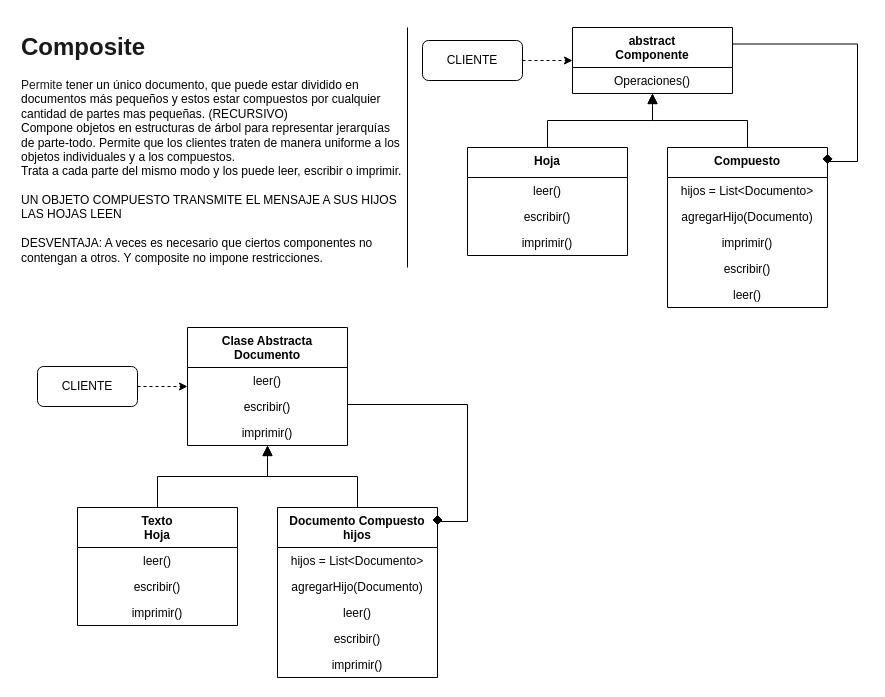
The draw.io diagram page "6 Composite" (4 of 5) of Patrones de Disenio.drawio in veroyols/I3007_patrones_de_disenio, before the edit. Source tidied: cells renumbered, new cells numbered last; positions are measured from the earlier drawing's top-left corner, leaving out a move shared by most shapes. Both pictures are drawn from the tidied source at 100%, with x=0, y=0 at pixel (17, 27).
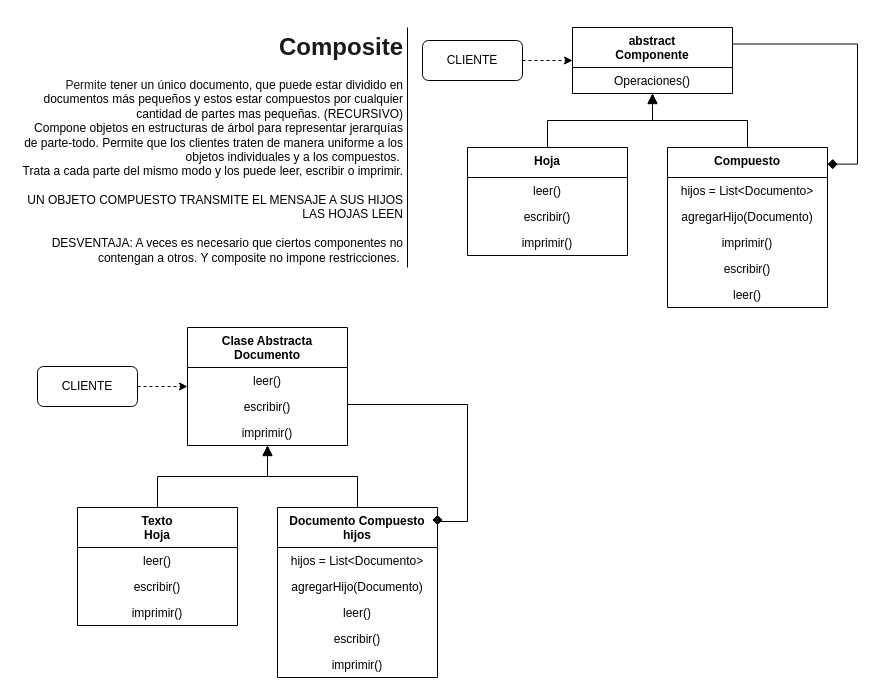
The same diagram, later.

The change refers to these unchanged cells:
```xml
<mxCell id="2" value="abstract&#10;Componente" style="swimlane;fontStyle=1;align=center;verticalAlign=top;horizontal=1;startSize=40;" parent="1" vertex="1">
  <mxGeometry x="555" width="160" height="66" as="geometry" />
</mxCell>
<mxCell id="7" value="Compuesto" style="swimlane;fontStyle=1;align=center;verticalAlign=top;horizontal=1;startSize=30;" parent="1" vertex="1">
  <mxGeometry x="650" y="120" width="160" height="160" as="geometry" />
</mxCell>
```

The edit, as a diff of the source:
```diff
@@
-    <mxCell id="4" value="&lt;h1 style=&quot;text-align: justify&quot;&gt;&lt;font color=&quot;#1a1a1a&quot;&gt;Composite&lt;/font&gt;&lt;/h1&gt;&lt;div style=&quot;text-align: left&quot;&gt;&lt;span&gt;&lt;font color=&quot;#1a1a1a&quot;&gt;Permite&amp;nbsp;&lt;/font&gt;tener un único documento, que puede estar dividido en documentos&amp;nbsp;más pequeños y estos estar compuestos por cualquier &lt;br&gt;cantidad de partes mas pequeñas. (RECURSIVO)&lt;/span&gt;&lt;/div&gt;&lt;div style=&quot;text-align: left&quot;&gt;Compone objetos en estructuras de árbol para&amp;nbsp;representar jerarquías de parte-todo. Permite que los&amp;nbsp;clientes traten de manera uniforme a los objetos&amp;nbsp;individuales y a los compuestos.&amp;nbsp;&lt;span&gt;&lt;br&gt;&lt;/span&gt;&lt;/div&gt;&lt;div style=&quot;text-align: left&quot;&gt;Trata a cada parte del mismo modo y los puede leer, escribir o imprimir.&lt;/div&gt;&lt;div style=&quot;text-align: left&quot;&gt;&lt;br&gt;&lt;/div&gt;&lt;div style=&quot;text-align: left&quot;&gt;UN OBJETO COMPUESTO TRANSMITE EL MENSAJE A SUS HIJOS&lt;/div&gt;&lt;div style=&quot;text-align: left&quot;&gt;LAS HOJAS LEEN&lt;/div&gt;&lt;div style=&quot;text-align: left&quot;&gt;&lt;br&gt;&lt;/div&gt;&lt;div style=&quot;text-align: left&quot;&gt;DESVENTAJA: A veces es necesario que ciertos componentes no contengan a otros. Y composite no impone restricciones.&amp;nbsp;&lt;/div&gt;&lt;p&gt;&lt;/p&gt;" style="text;html=1;strokeColor=none;fillColor=none;spacing=5;spacingTop=-20;whiteSpace=wrap;overflow=hidden;rounded=0;align=center;" parent="1" vertex="1">
+    <mxCell id="4" value="&lt;h1 style=&quot;text-align: right&quot;&gt;&lt;font color=&quot;#1a1a1a&quot;&gt;Composite&lt;/font&gt;&lt;/h1&gt;&lt;div&gt;&lt;div style=&quot;text-align: right&quot;&gt;&lt;font color=&quot;#1a1a1a&quot;&gt;Permite&amp;nbsp;&lt;/font&gt;&lt;span&gt;tener un único documento, que puede estar dividido en documentos&amp;nbsp;más pequeños y estos estar compuestos por cualquier&lt;/span&gt;&lt;/div&gt;&lt;span&gt;&lt;div style=&quot;text-align: right&quot;&gt;&lt;span&gt;cantidad de partes mas pequeñas. (RECURSIVO)&lt;/span&gt;&lt;/div&gt;&lt;/span&gt;&lt;/div&gt;&lt;div style=&quot;text-align: right&quot;&gt;Compone objetos en estructuras de árbol para&amp;nbsp;representar jerarquías de parte-todo. Permite que los&amp;nbsp;clientes traten de manera uniforme a los objetos&amp;nbsp;individuales y a los compuestos.&amp;nbsp;&lt;span&gt;&lt;br&gt;&lt;/span&gt;&lt;/div&gt;&lt;div style=&quot;text-align: right&quot;&gt;Trata a cada parte del mismo modo y los puede leer, escribir o imprimir.&lt;/div&gt;&lt;div style=&quot;text-align: right&quot;&gt;&lt;br&gt;&lt;/div&gt;&lt;div style=&quot;text-align: right&quot;&gt;UN OBJETO COMPUESTO TRANSMITE EL MENSAJE A SUS HIJOS&lt;/div&gt;&lt;div style=&quot;text-align: right&quot;&gt;LAS HOJAS LEEN&lt;/div&gt;&lt;div style=&quot;text-align: right&quot;&gt;&lt;br&gt;&lt;/div&gt;&lt;div style=&quot;text-align: right&quot;&gt;DESVENTAJA: A veces es necesario que ciertos componentes no contengan a otros. Y composite no impone restricciones.&amp;nbsp;&lt;/div&gt;&lt;p&gt;&lt;/p&gt;" style="text;html=1;strokeColor=none;fillColor=none;spacing=5;spacingTop=-20;whiteSpace=wrap;overflow=hidden;rounded=0;align=center;" parent="1" vertex="1">
       <mxGeometry width="390" height="240" as="geometry" />
     </mxCell>
@@
     <mxCell id="19" style="endArrow=diamond;html=1;endFill=1;endSize=8;exitX=1;exitY=0.25;exitDx=0;exitDy=0;edgeStyle=orthogonalEdgeStyle;rounded=0;entryX=1;entryY=0.104;entryDx=0;entryDy=0;entryPerimeter=0;" parent="1" edge="1" source="2" target="7">
       <mxGeometry relative="1" as="geometry">
         <Array as="points">
           <mxPoint x="840" y="17" />
-          <mxPoint x="840" y="134" />
+          <mxPoint x="840" y="137" />
         </Array>
       </mxGeometry>
     </mxCell>
```
